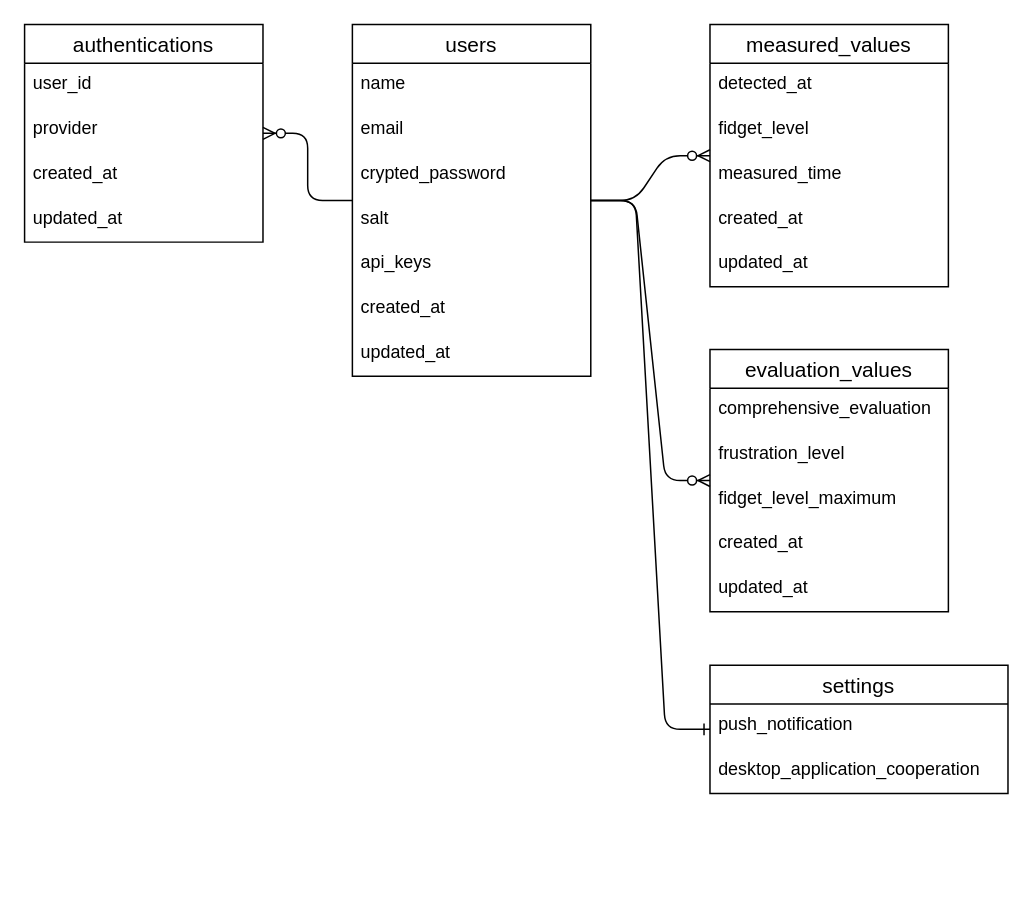
Above: ER Diagram for fidgeting_meter.drawio in FukiHayashi/fidgeting_meter (draw.io), before the change. Source tidied: cells renumbered, new cells numbered last; positions are measured from the earlier drawing's top-left corner, leaving out a move shared by most shapes. Both pictures are drawn from the tidied source at 149%, with x=0, y=0 at pixel (24, 24).
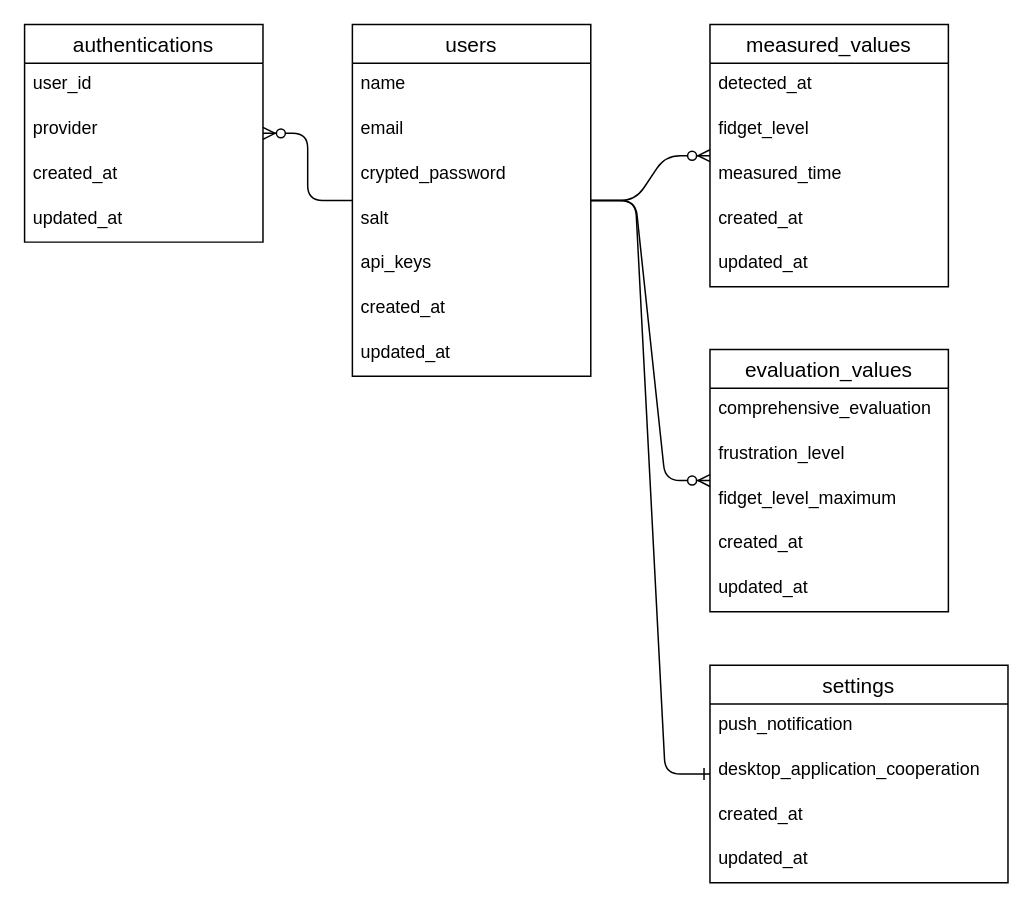
The same diagram, later.

Commit message:
ER図のテーブル「settings」に「created_at、updated_at」を追加

Change to the diagram source:
```diff
@@
     <mxCell id="27" value="settings" style="swimlane;fontStyle=0;horizontal=1;startSize=26;align=center;fontSize=14;" parent="1" vertex="1">
-      <mxGeometry x="460" y="430" width="200" height="86" as="geometry" />
+      <mxGeometry x="460" y="430" width="200" height="146" as="geometry" />
     </mxCell>
@@
+    <mxCell id="34" value="created_at" style="text;strokeColor=none;fillColor=none;spacingLeft=4;spacingRight=4;overflow=hidden;fontSize=12;" parent="27" vertex="1">
+      <mxGeometry y="86" width="200" height="30" as="geometry" />
+    </mxCell>
+    <mxCell id="35" value="updated_at" style="text;strokeColor=none;fillColor=none;spacingLeft=4;spacingRight=4;overflow=hidden;fontSize=12;" parent="27" vertex="1">
+      <mxGeometry y="116" width="200" height="30" as="geometry" />
+    </mxCell>
```
